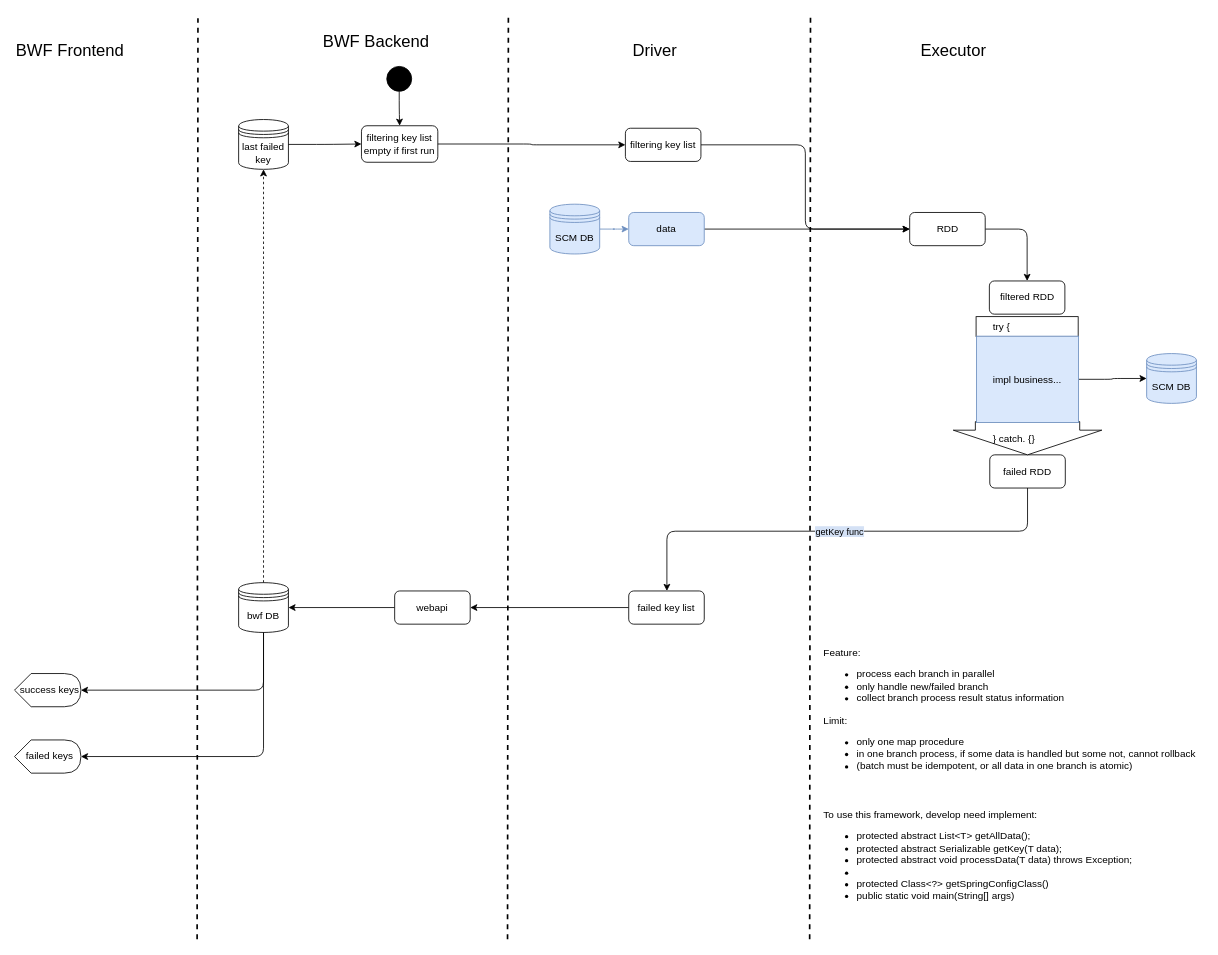
Before: bwf/Transactional spark batch framework.drawio in wzdxt/uml, a draw.io diagram. Source tidied: cells renumbered, new cells numbered last; positions are measured from the earlier drawing's top-left corner, leaving out a move shared by most shapes. Both pictures are drawn from the tidied source at 83%, with x=0, y=0 at pixel (14, 15).
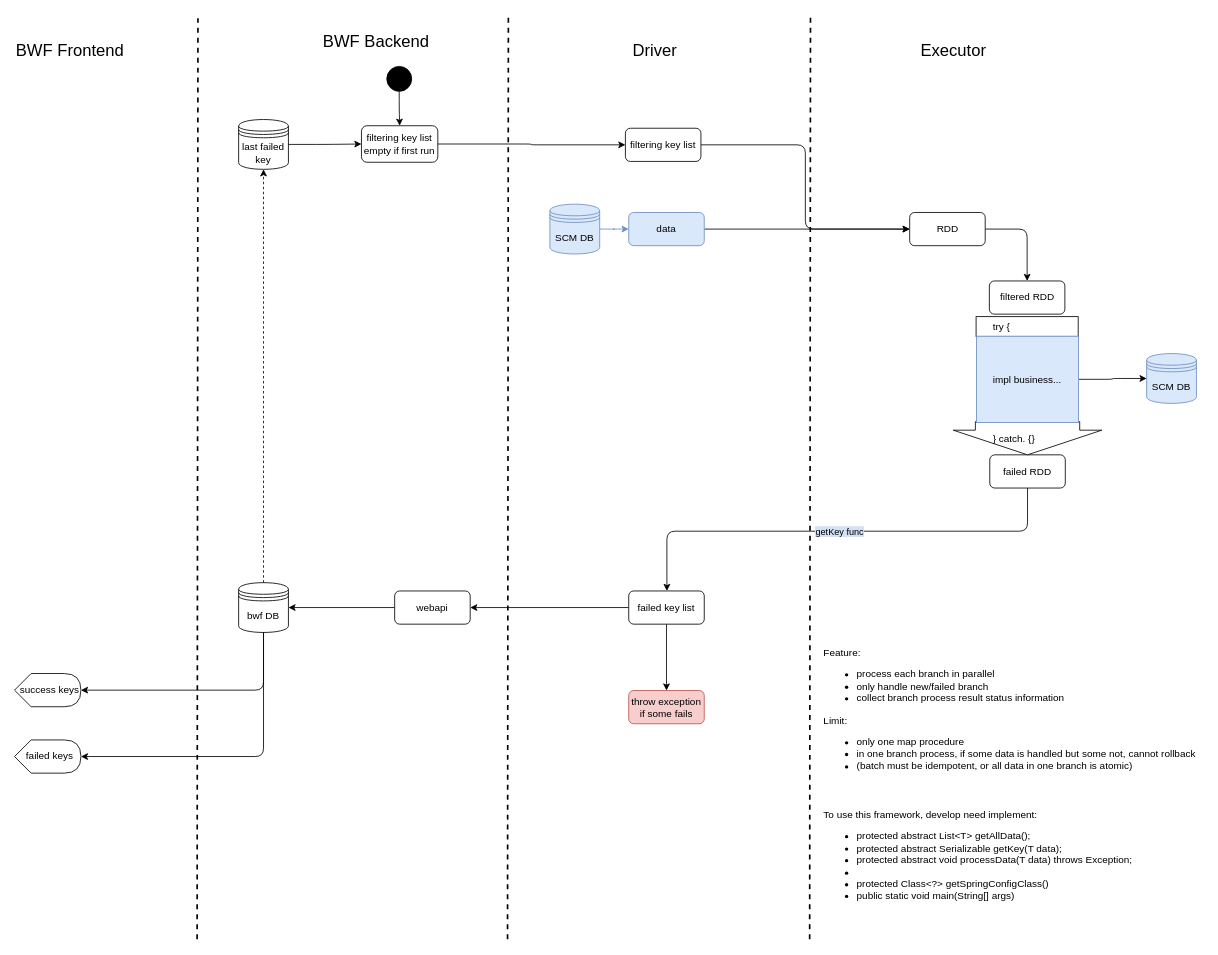
After the change.

Unchanged cells that the change refers to:
```xml
<mxCell id="11" value="failed key list" style="rounded=1;whiteSpace=wrap;html=1;" parent="1" vertex="1">
  <mxGeometry x="740" y="693.5" width="91" height="40" as="geometry" />
</mxCell>
```

Diff of the diagram source:
```diff
@@
+    <mxCell id="43" style="edgeStyle=orthogonalEdgeStyle;rounded=0;jettySize=auto;html=1;" parent="1" edge="1" source="11" target="44">
+      <mxGeometry relative="1" as="geometry" />
+    </mxCell>
@@
+    <mxCell id="44" value="throw exception&lt;br&gt;if some fails" style="rounded=1;whiteSpace=wrap;html=1;fillColor=#f8cecc;strokeColor=#b85450;" parent="1" vertex="1">
+      <mxGeometry x="740" y="813.5" width="91" height="40" as="geometry" />
+    </mxCell>
```
